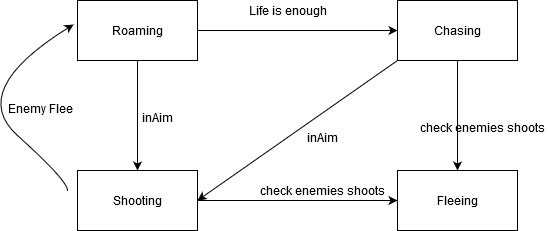
Before: content/imgs/FSM.png, a diagram exported from draw.io (JessicaSousa/space-invaders-report). Source tidied: cells renumbered, new cells last; positions are measured from the earlier drawing's top-left corner, leaving out a move shared by most shapes.
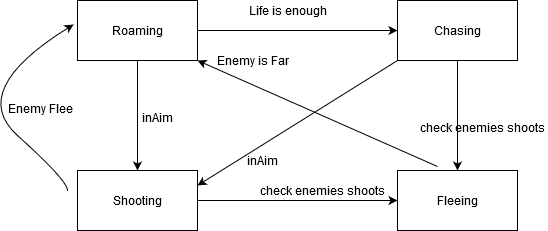
The same file after the commit.

Diff of the diagram source:
```diff
@@ -29,7 +29,7 @@
     <mxCell id="10" value="inAim" style="text;html=1;align=center;verticalAlign=middle;" parent="1" vertex="1">
       <mxGeometry x="170" y="107" width="40" height="20" as="geometry" />
     </mxCell>
-    <mxCell id="11" style="endArrow=classic;html=1;exitX=0;exitY=1;exitDx=0;exitDy=0;entryX=1;entryY=0.5;entryDx=0;entryDy=0;" parent="1" edge="1" source="6" target="8">
+    <mxCell id="11" style="endArrow=classic;html=1;exitX=0;exitY=1;exitDx=0;exitDy=0;entryX=1;entryY=0.25;entryDx=0;entryDy=0;" parent="1" edge="1" source="6" target="8">
       <mxGeometry relative="1" as="geometry" />
     </mxCell>
     <mxCell id="12" value="check enemies shoots" style="text;html=1;align=center;verticalAlign=middle;" parent="1" vertex="1">
@@ -39,7 +39,7 @@
       <mxGeometry x="275" width="90" height="20" as="geometry" />
     </mxCell>
     <mxCell id="14" value="inAim" style="text;html=1;align=center;verticalAlign=middle;" parent="1" vertex="1">
-      <mxGeometry x="335" y="127" width="40" height="20" as="geometry" />
+      <mxGeometry x="275" y="150" width="40" height="20" as="geometry" />
     </mxCell>
     <mxCell id="15" value="check enemies shoots" style="text;html=1;align=center;verticalAlign=middle;" parent="1" vertex="1">
       <mxGeometry x="290" y="180" width="130" height="20" as="geometry" />
@@ -56,5 +56,11 @@
     <mxCell id="17" value="Enemy Flee" style="text;html=1;align=center;verticalAlign=middle;" parent="1" vertex="1">
       <mxGeometry x="33" y="98" width="80" height="20" as="geometry" />
     </mxCell>
+    <mxCell id="18" style="endArrow=classic;html=1;entryX=1;entryY=1;entryDx=0;entryDy=0;exitX=0.333;exitY=-0.067;exitDx=0;exitDy=0;exitPerimeter=0;" parent="1" edge="1" source="9" target="4">
+      <mxGeometry relative="1" as="geometry" />
+    </mxCell>
+    <mxCell id="19" value="Enemy is Far" style="text;html=1;align=center;verticalAlign=middle;" parent="1" vertex="1">
+      <mxGeometry x="240" y="50" width="90" height="20" as="geometry" />
+    </mxCell>
   </root>
 </mxGraphModel>
```
